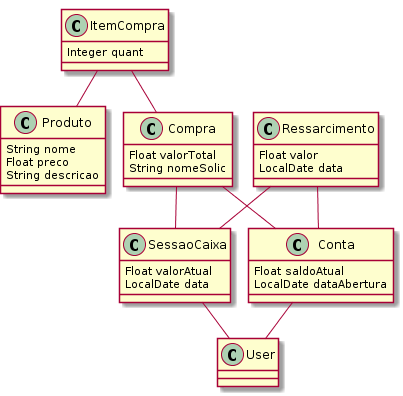
The PlantUML diagram datamodel.png in BulkSecurityGeneratorProject/caixaudv, before a commit.
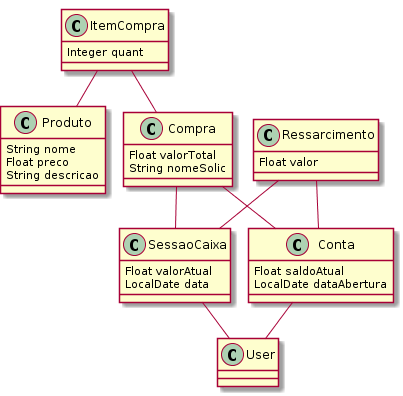
After the change.

What changed in the source:
```diff
@@ -23,7 +23,6 @@
 	}
 	class Ressarcimento  {
 		Float valor
-		LocalDate data
 	}
 	Compra  "sessaoCaixa 0..* " o-- "compras 0..1 "  SessaoCaixa
 	Ressarcimento  "sessaoCaixa 0..* " o-- "ressarcimentos 0..1 "  SessaoCaixa
```
